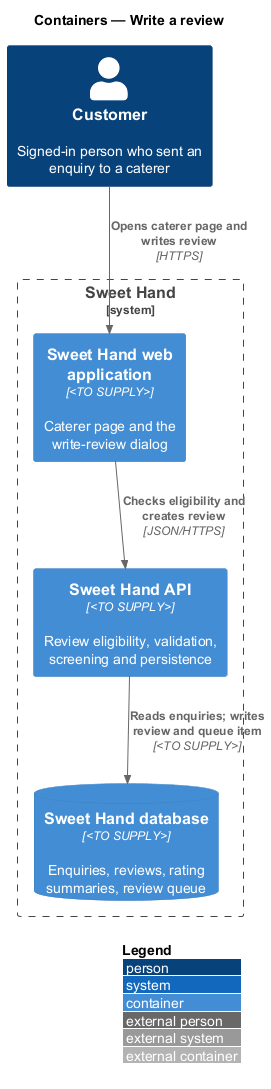
The PlantUML diagram docs/detailed-designs/reviews/write-review/diagrams/c4-container.png in QuinntyneBrown/sweet-hand, before a commit. Source of this version:
```plantuml
@startuml
!include <C4/C4_Container>
LAYOUT_WITH_LEGEND()
title Containers — Write a review

Person(customer, "Customer", "Signed-in person who sent an enquiry to a caterer")
System_Boundary(sweethand, "Sweet Hand") {
  Container(web, "Sweet Hand web application", "<TO SUPPLY>", "Caterer page and the write-review dialog")
  Container(api, "Sweet Hand API", "<TO SUPPLY>", "Review eligibility, validation, screening and persistence")
  ContainerDb(db, "Sweet Hand database", "<TO SUPPLY>", "Enquiries, reviews, rating summaries, review queue")
}
Rel(customer, web, "Opens caterer page and writes review", "HTTPS")
Rel(web, api, "Checks eligibility and creates review", "JSON/HTTPS")
Rel(api, db, "Reads enquiries; writes review and queue item", "<TO SUPPLY>")
@enduml
```
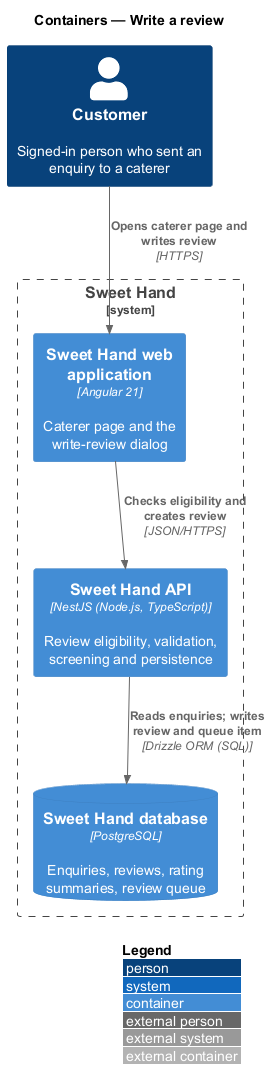
The same diagram one commit later.

Diff of the diagram source:
```diff
@@ -5,11 +5,11 @@
 
 Person(customer, "Customer", "Signed-in person who sent an enquiry to a caterer")
 System_Boundary(sweethand, "Sweet Hand") {
-  Container(web, "Sweet Hand web application", "<TO SUPPLY>", "Caterer page and the write-review dialog")
-  Container(api, "Sweet Hand API", "<TO SUPPLY>", "Review eligibility, validation, screening and persistence")
-  ContainerDb(db, "Sweet Hand database", "<TO SUPPLY>", "Enquiries, reviews, rating summaries, review queue")
+  Container(web, "Sweet Hand web application", "Angular 21", "Caterer page and the write-review dialog")
+  Container(api, "Sweet Hand API", "NestJS (Node.js, TypeScript)", "Review eligibility, validation, screening and persistence")
+  ContainerDb(db, "Sweet Hand database", "PostgreSQL", "Enquiries, reviews, rating summaries, review queue")
 }
 Rel(customer, web, "Opens caterer page and writes review", "HTTPS")
 Rel(web, api, "Checks eligibility and creates review", "JSON/HTTPS")
-Rel(api, db, "Reads enquiries; writes review and queue item", "<TO SUPPLY>")
+Rel(api, db, "Reads enquiries; writes review and queue item", "Drizzle ORM (SQL)")
 @enduml
```
